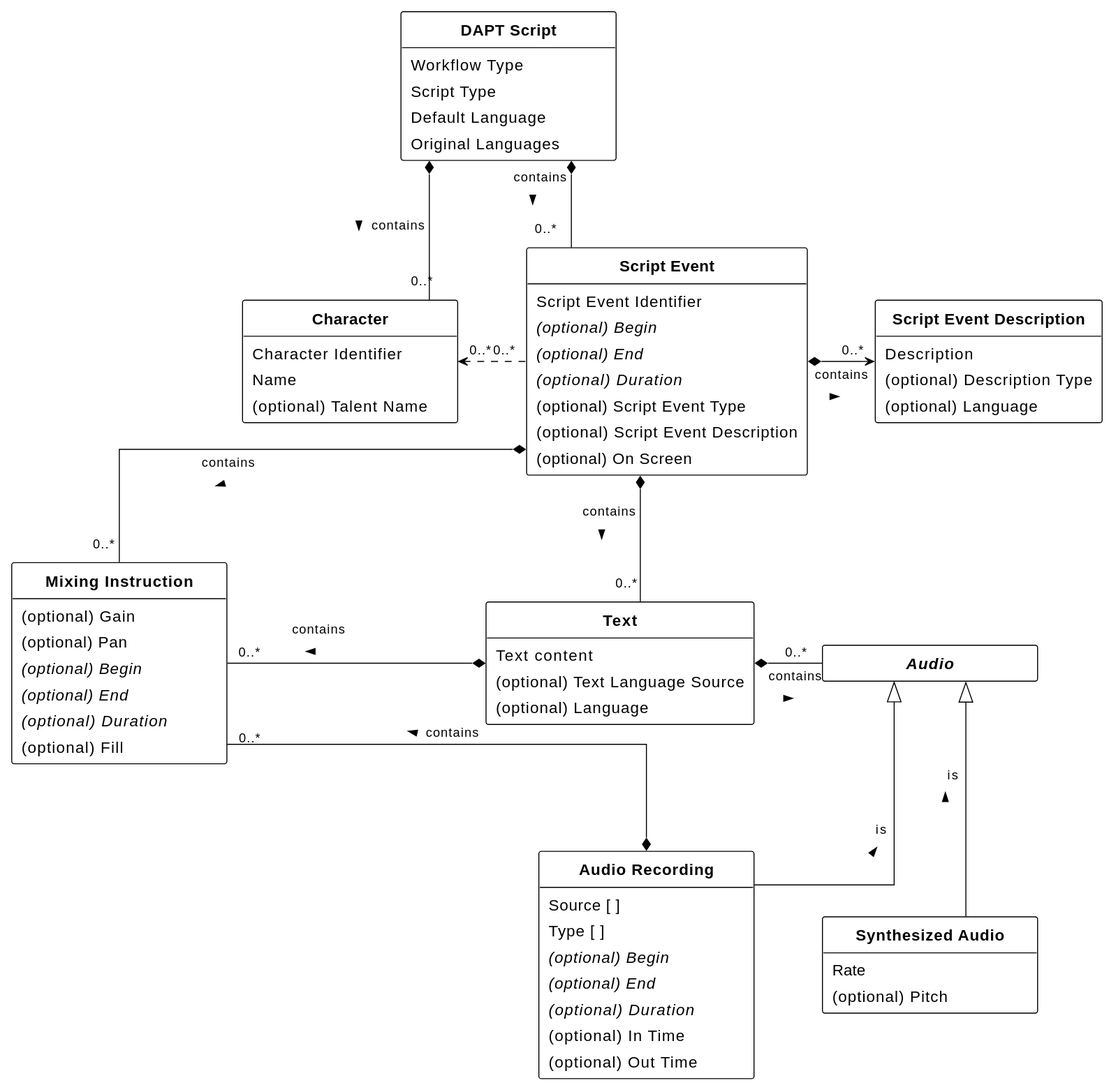
Before: figures/class-diagram.svg, a diagram exported from PlantUML (w3c/dapt).
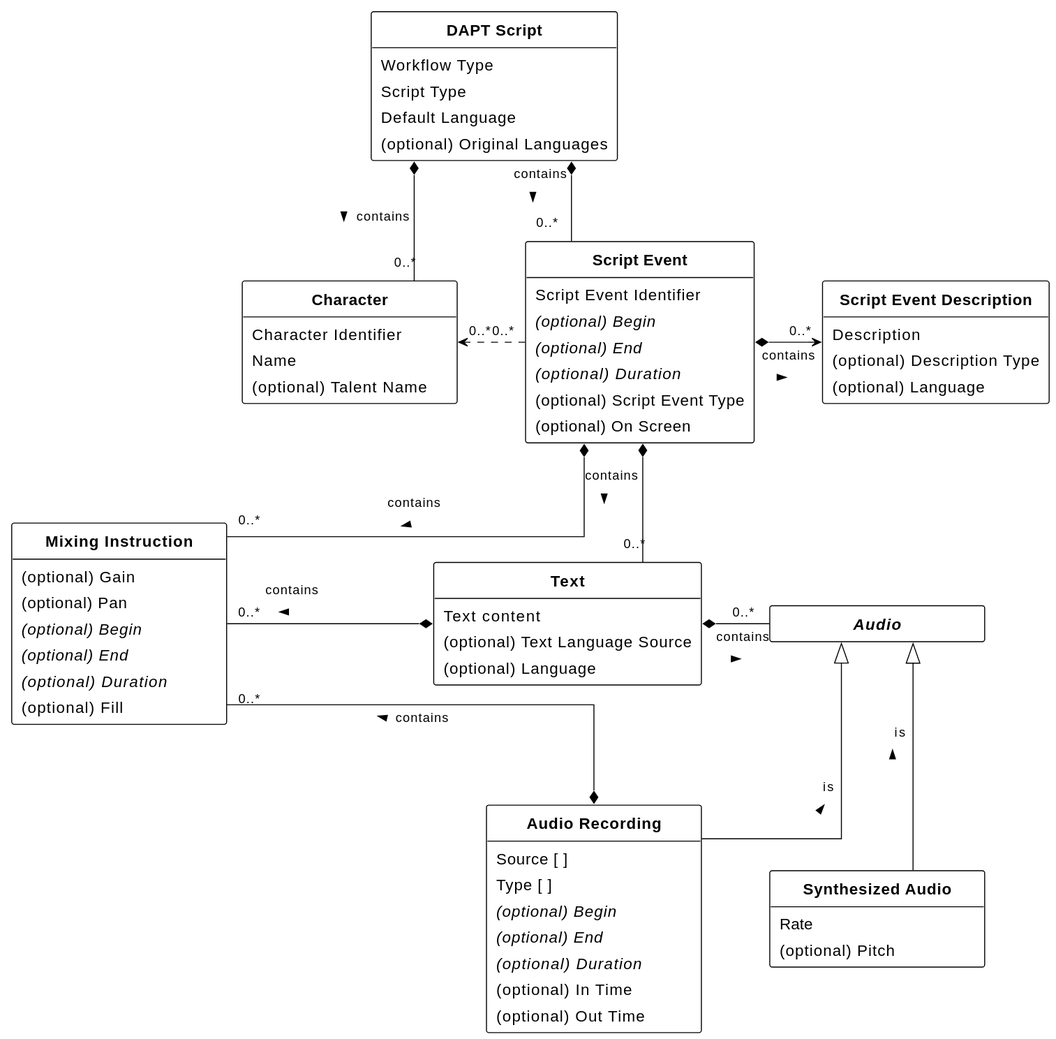
Above is the later version.

What changed in the source:
```diff
@@ -15,7 +15,7 @@
     Workflow Type [[[#workflow-type]]]
     Script Type [[[#script-type]]]
     Default Language [[[#default-language]]]
-    Original Languages [[[#original-languages]]]
+    {field} (optional) Original Languages [[[#original-languages]]]
 }
 
 together {
@@ -31,7 +31,6 @@
         {field} {abstract} (optional) End [[[#dfn-end]]]
         {field} {abstract} (optional) Duration [[[#dfn-duration]]]
         {field} (optional) Script Event Type [[[#dfn-script-event-type]]]
-        {field} (optional) Script Event Description [[[#dfn-script-event-description]]]
         {field} (optional) On Screen [[[#on-screen]]]
     }
 
```
